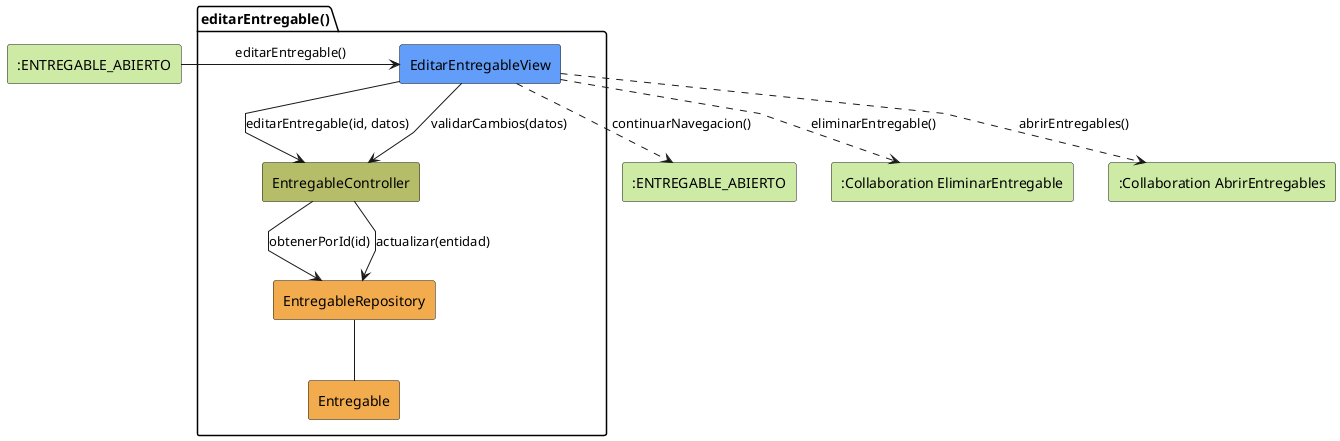
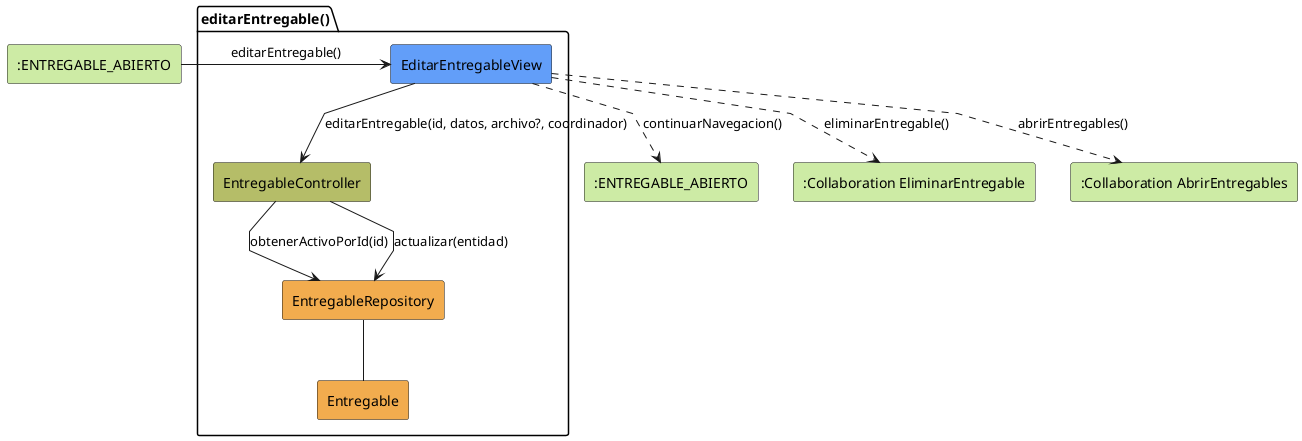
@startuml editarEntregable-analisis
skinparam linetype polyline

rectangle #CDEBA5 ":ENTREGABLE_ABIERTO" as EstadoEntrada
package editarEntregable as "editarEntregable()" {
    rectangle #629EF9 EditarEntregableView
    rectangle #b5bd68 EntregableController
    rectangle #F2AC4E EntregableRepository
    rectangle #F2AC4E Entregable
}

rectangle #CDEBA5 ":ENTREGABLE_ABIERTO" as EstadoSalida
rectangle #CDEBA5 ":Collaboration EliminarEntregable" as EliminarEntregable
rectangle #CDEBA5 ":Collaboration AbrirEntregables" as AbrirEntregables

EstadoEntrada -r-> EditarEntregableView: editarEntregable()

- EditarEntregableView -d-> EntregableController: editarEntregable(id, datos)
- EditarEntregableView --> EntregableController: validarCambios(datos)
- EntregableController --> EntregableRepository: obtenerPorId(id)
+ EditarEntregableView -d-> EntregableController: editarEntregable(id, datos, archivo?, coordinador)
+ EntregableController --> EntregableRepository: obtenerActivoPorId(id)
EntregableController --> EntregableRepository: actualizar(entidad)
EntregableRepository -- Entregable
EditarEntregableView ..> EstadoSalida: continuarNavegacion()
EditarEntregableView ..> EliminarEntregable: eliminarEntregable()
EditarEntregableView ..> AbrirEntregables: abrirEntregables()

@enduml
